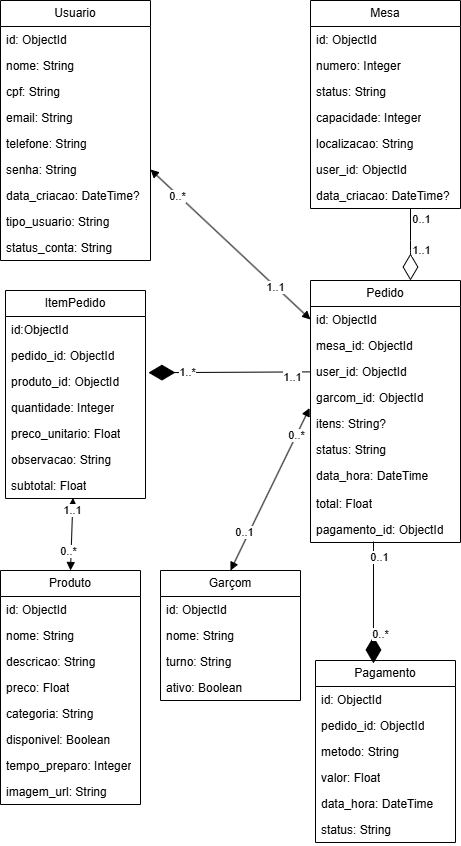
FatecFranca/DSM-P3-G03-2025-2 keeps this draw.io diagram as docs/NoAM.png. Above is the earlier version. Source tidied: cells renumbered, new cells last; positions are measured from the earlier drawing's top-left corner, leaving out a move shared by most shapes.
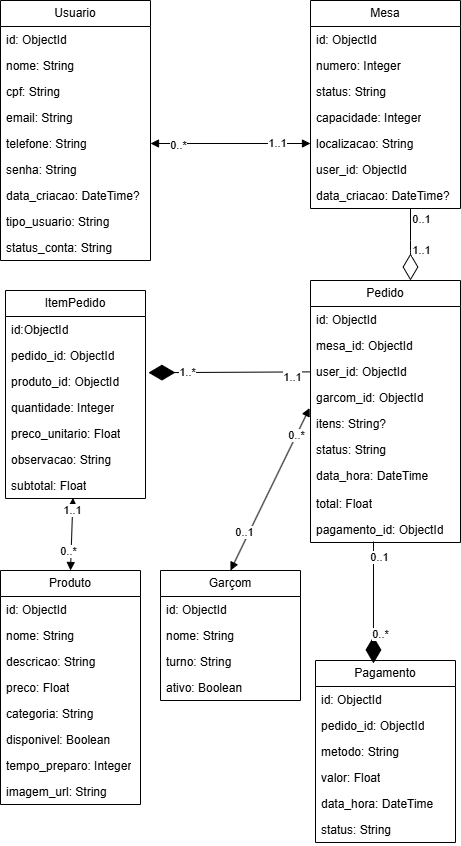
Later version of the same file.

Commit message:
Atualizando PDF e o diagrama

The edit, as a diff of the source:
```diff
@@ -210,7 +210,7 @@
         <mxPoint x="12" y="-20" as="offset" />
       </mxGeometry>
     </mxCell>
-    <mxCell id="68" style="endArrow=block;startArrow=block;endFill=1;startFill=1;html=1;exitX=1;exitY=0.5;exitDx=0;exitDy=0;entryX=0;entryY=0.5;entryDx=0;entryDy=0;" parent="1" edge="1" source="8" target="21">
+    <mxCell id="68" style="endArrow=block;startArrow=block;endFill=1;startFill=1;html=1;exitX=1;exitY=0.5;exitDx=0;exitDy=0;entryX=0;entryY=0.5;entryDx=0;entryDy=0;" parent="1" edge="1" source="7" target="17">
       <mxGeometry relative="1" as="geometry" />
     </mxCell>
     <mxCell id="69" value="0..*" style="edgeLabel;html=1;align=center;verticalAlign=middle;" parent="68" vertex="1">
```
